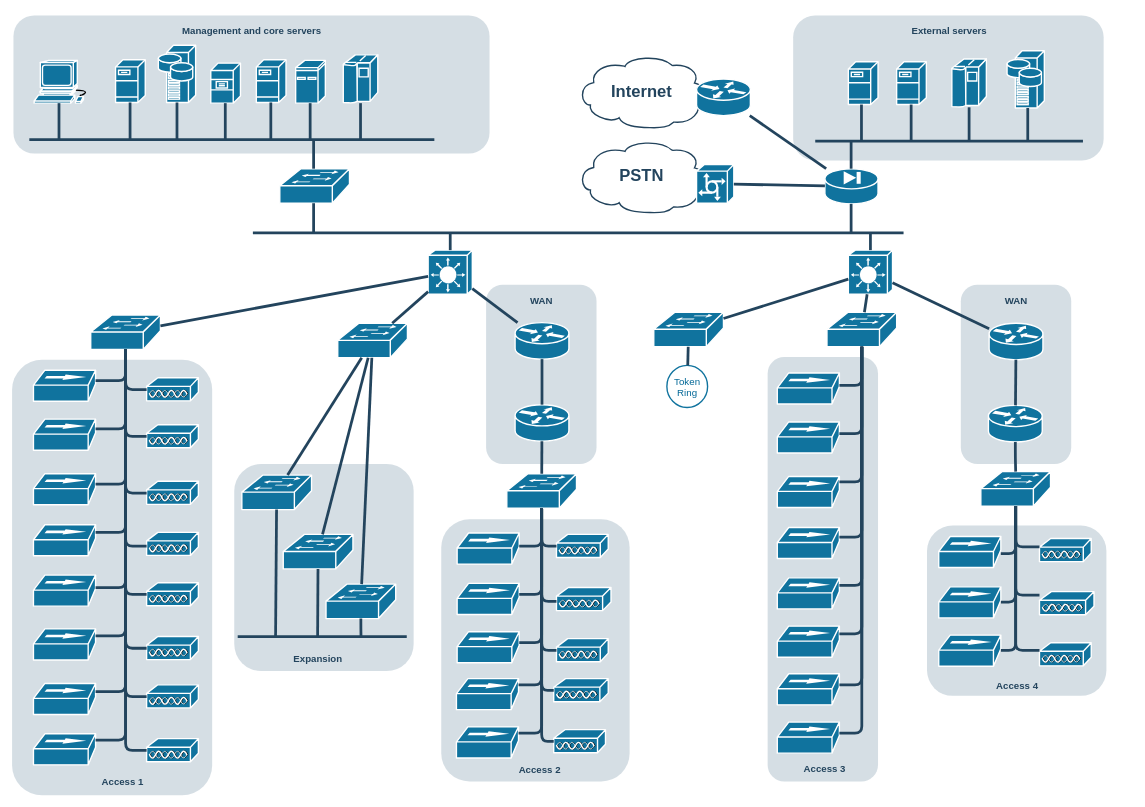
This is Untitled Diagram.drawio from youngsecurity/.github, a draw.io file, before an edit. Source tidied: cells renumbered, new cells numbered last; positions are measured from the earlier drawing's top-left corner, leaving out a move shared by most shapes. Both pictures are drawn from the tidied source at 69%, with x=0, y=0 at pixel (12, 15).
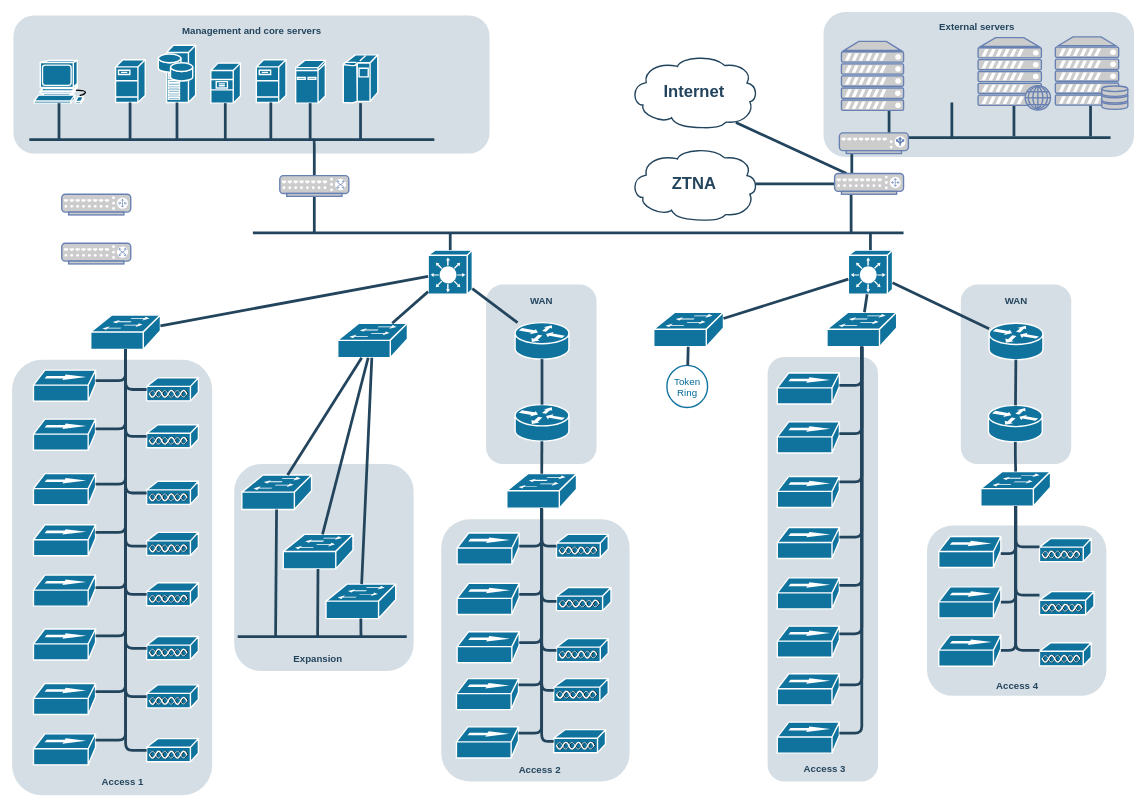
The same page after the edit.

Change to the diagram source:
```diff
@@
     <mxCell id="10" style="rounded=1;whiteSpace=wrap;html=1;strokeColor=none;fillColor=#BAC8D3;fontSize=24;fontColor=#23445D;align=center;opacity=60;" parent="1" vertex="1">
-      <mxGeometry x="1132" width="450" height="210" as="geometry" />
+      <mxGeometry x="1176" y="-5" width="450" height="210" as="geometry" />
     </mxCell>
@@
-    <mxCell id="19" style="shape=mxgraph.cisco.servers.fileserver;html=1;dashed=0;fillColor=#10739E;strokeColor=#ffffff;strokeWidth=2;verticalLabelPosition=bottom;verticalAlign=top;fontFamily=Helvetica;fontSize=36;fontColor=#FFB366;" parent="1" vertex="1">
-      <mxGeometry x="1212" y="67" width="43" height="62" as="geometry" />
-    </mxCell>
-    <mxCell id="20" style="shape=mxgraph.cisco.servers.fileserver;html=1;dashed=0;fillColor=#10739E;strokeColor=#ffffff;strokeWidth=2;verticalLabelPosition=bottom;verticalAlign=top;fontFamily=Helvetica;fontSize=36;fontColor=#FFB366;" parent="1" vertex="1">
-      <mxGeometry x="1282" y="67" width="43" height="62" as="geometry" />
-    </mxCell>
-    <mxCell id="21" style="shape=mxgraph.cisco.computers_and_peripherals.ibm_mainframe;html=1;dashed=0;fillColor=#10739E;strokeColor=#ffffff;strokeWidth=2;verticalLabelPosition=bottom;verticalAlign=top;fontFamily=Helvetica;fontSize=36;fontColor=#FFB366;" parent="1" vertex="1">
-      <mxGeometry x="1362" y="63" width="50" height="70" as="geometry" />
-    </mxCell>
-    <mxCell id="22" style="shape=mxgraph.cisco.servers.storage_server;html=1;dashed=0;fillColor=#10739E;strokeColor=#ffffff;strokeWidth=2;verticalLabelPosition=bottom;verticalAlign=top;fontFamily=Helvetica;fontSize=36;fontColor=#FFB366;" parent="1" vertex="1">
-      <mxGeometry x="1442" y="51" width="54" height="83" as="geometry" />
-    </mxCell>
-    <mxCell id="23" style="shape=mxgraph.cisco.switches.workgroup_switch;html=1;dashed=0;fillColor=#10739E;strokeColor=#ffffff;strokeWidth=2;verticalLabelPosition=bottom;verticalAlign=top;fontFamily=Helvetica;fontSize=36;fontColor=#FFB366;" parent="1" vertex="1">
-      <mxGeometry x="388" y="222" width="101" height="50" as="geometry" />
-    </mxCell>
-    <mxCell id="24" style="shape=mxgraph.cisco.security.pix_firewall;html=1;dashed=0;fillColor=#10739E;strokeColor=#ffffff;strokeWidth=2;verticalLabelPosition=bottom;verticalAlign=top;fontFamily=Helvetica;fontSize=36;fontColor=#FFB366;" parent="1" vertex="1">
-      <mxGeometry x="1178" y="222" width="77" height="51" as="geometry" />
-    </mxCell>
     <mxCell id="25" value="Internet" style="shape=mxgraph.cisco.storage.cloud;html=1;dashed=0;strokeColor=#23445D;fillColor=#ffffff;strokeWidth=2;fontFamily=Helvetica;fontSize=24;fontColor=#23445D;align=center;fontStyle=1;" parent="1" vertex="1">
-      <mxGeometry x="819" y="57" width="186" height="106" as="geometry" />
+      <mxGeometry x="895" y="57" width="186" height="106" as="geometry" />
     </mxCell>
-    <mxCell id="26" value="PSTN" style="shape=mxgraph.cisco.storage.cloud;html=1;dashed=0;strokeColor=#23445D;fillColor=#ffffff;strokeWidth=2;fontFamily=Helvetica;fontSize=24;fontColor=#23445D;fontStyle=1;" parent="1" vertex="1">
-      <mxGeometry x="819" y="180" width="186" height="106" as="geometry" />
+    <mxCell id="26" value="ZTNA" style="shape=mxgraph.cisco.storage.cloud;html=1;dashed=0;strokeColor=#23445D;fillColor=#ffffff;strokeWidth=2;fontFamily=Helvetica;fontSize=24;fontColor=#23445D;fontStyle=1;" parent="1" vertex="1">
+      <mxGeometry x="895" y="191" width="186" height="106" as="geometry" />
     </mxCell>
-    <mxCell id="27" style="shape=mxgraph.cisco.servers.communications_server;html=1;dashed=0;fillColor=#10739E;strokeColor=#ffffff;strokeWidth=2;verticalLabelPosition=bottom;verticalAlign=top;fontFamily=Helvetica;fontSize=36;fontColor=#FFB366;" parent="1" vertex="1">
-      <mxGeometry x="992" y="216" width="54" height="56" as="geometry" />
-    </mxCell>
@@
-    <mxCell id="54" style="shape=mxgraph.cisco.routers.router;html=1;dashed=0;fillColor=#10739E;strokeColor=#ffffff;strokeWidth=2;verticalLabelPosition=bottom;verticalAlign=top;fontFamily=Helvetica;fontSize=36;fontColor=#FFB366;" parent="1" vertex="1">
-      <mxGeometry x="992" y="92" width="78" height="53" as="geometry" />
-    </mxCell>
@@
     <mxCell id="69" style="line;html=1;strokeColor=#23445D;" parent="1" vertex="1">
-      <mxGeometry x="1164" y="177" width="388" height="10" as="geometry" />
+      <mxGeometry x="1222" y="172" width="370" height="10" as="geometry" />
     </mxCell>
@@
-    <mxCell id="78" style="edgeStyle=elbowEdgeStyle;elbow=horizontal;endArrow=none;html=1;strokeColor=#23445D;endFill=0;strokeWidth=4;rounded=1;" parent="1" edge="1" target="23">
+    <mxCell id="78" style="edgeStyle=elbowEdgeStyle;elbow=horizontal;endArrow=none;html=1;strokeColor=#23445D;endFill=0;strokeWidth=4;rounded=1;entryX=0.5;entryY=0;entryDx=0;entryDy=0;entryPerimeter=0;" parent="1" edge="1" target="175">
       <mxGeometry relative="1" as="geometry">
         <mxPoint x="437" y="180" as="sourcePoint" />
       </mxGeometry>
     </mxCell>
-    <mxCell id="79" style="edgeStyle=elbowEdgeStyle;elbow=horizontal;endArrow=none;html=1;strokeColor=#23445D;endFill=0;strokeWidth=4;rounded=1;" parent="1" edge="1" source="23">
+    <mxCell id="79" style="edgeStyle=elbowEdgeStyle;elbow=horizontal;endArrow=none;html=1;strokeColor=#23445D;endFill=0;strokeWidth=4;rounded=1;exitX=0.5;exitY=1;exitDx=0;exitDy=0;exitPerimeter=0;" parent="1" edge="1" source="175">
       <mxGeometry relative="1" as="geometry">
         <mxPoint x="437.3" y="315.1" as="targetPoint" />
       </mxGeometry>
     </mxCell>
-    <mxCell id="80" style="edgeStyle=elbowEdgeStyle;elbow=horizontal;endArrow=none;html=1;strokeColor=#23445D;endFill=0;strokeWidth=4;rounded=1;" parent="1" edge="1" source="19">
+    <mxCell id="80" style="edgeStyle=elbowEdgeStyle;elbow=horizontal;endArrow=none;html=1;strokeColor=#23445D;endFill=0;strokeWidth=4;rounded=1;" parent="1" edge="1">
       <mxGeometry relative="1" as="geometry">
-        <mxPoint x="1231.3" y="182.1" as="targetPoint" />
+        <mxPoint x="1271" y="124" as="sourcePoint" />
+        <mxPoint x="1271.3" y="177.1" as="targetPoint" />
       </mxGeometry>
     </mxCell>
-    <mxCell id="81" style="edgeStyle=elbowEdgeStyle;elbow=horizontal;endArrow=none;html=1;strokeColor=#23445D;endFill=0;strokeWidth=4;rounded=1;" parent="1" edge="1" source="20">
+    <mxCell id="81" style="edgeStyle=elbowEdgeStyle;elbow=horizontal;endArrow=none;html=1;strokeColor=#23445D;endFill=0;strokeWidth=4;rounded=1;" parent="1" edge="1">
       <mxGeometry relative="1" as="geometry">
-        <mxPoint x="1303.3" y="182.1" as="targetPoint" />
+        <mxPoint x="1362" y="126" as="sourcePoint" />
+        <mxPoint x="1362.3" y="179.1" as="targetPoint" />
       </mxGeometry>
     </mxCell>
-    <mxCell id="82" style="edgeStyle=elbowEdgeStyle;elbow=horizontal;endArrow=none;html=1;strokeColor=#23445D;endFill=0;strokeWidth=4;rounded=1;" parent="1" edge="1" source="21">
+    <mxCell id="82" style="edgeStyle=elbowEdgeStyle;elbow=horizontal;endArrow=none;html=1;strokeColor=#23445D;endFill=0;strokeWidth=4;rounded=1;" parent="1" edge="1">
       <mxGeometry relative="1" as="geometry">
-        <mxPoint x="1387.3" y="182.1" as="targetPoint" />
+        <mxPoint x="1452" y="126" as="sourcePoint" />
+        <mxPoint x="1452.3" y="175.1" as="targetPoint" />
       </mxGeometry>
     </mxCell>
-    <mxCell id="83" style="edgeStyle=elbowEdgeStyle;elbow=horizontal;endArrow=none;html=1;strokeColor=#23445D;endFill=0;strokeWidth=4;rounded=1;" parent="1" edge="1" source="22">
+    <mxCell id="83" style="edgeStyle=elbowEdgeStyle;elbow=horizontal;endArrow=none;html=1;strokeColor=#23445D;endFill=0;strokeWidth=4;rounded=1;" parent="1" edge="1">
       <mxGeometry relative="1" as="geometry">
-        <mxPoint x="1472.3" y="182.1" as="targetPoint" />
+        <mxPoint x="1563" y="127" as="sourcePoint" />
+        <mxPoint x="1563.3" y="175.1" as="targetPoint" />
       </mxGeometry>
     </mxCell>
-    <mxCell id="84" style="edgeStyle=elbowEdgeStyle;elbow=horizontal;endArrow=none;html=1;strokeColor=#23445D;endFill=0;strokeWidth=4;rounded=1;" parent="1" edge="1" target="24">
+    <mxCell id="84" style="edgeStyle=elbowEdgeStyle;elbow=horizontal;endArrow=none;html=1;strokeColor=#23445D;endFill=0;strokeWidth=4;rounded=1;exitX=0;exitY=0.5;exitDx=0;exitDy=0;exitPerimeter=0;" parent="1" edge="1" source="69" target="174">
       <mxGeometry relative="1" as="geometry">
-        <mxPoint x="1216" y="182" as="sourcePoint" />
+        <Array as="points">
+          <mxPoint x="1217" y="198.5" />
+        </Array>
       </mxGeometry>
     </mxCell>
-    <mxCell id="85" style="edgeStyle=elbowEdgeStyle;elbow=horizontal;endArrow=none;html=1;strokeColor=#23445D;endFill=0;strokeWidth=4;rounded=1;" parent="1" edge="1" source="24">
+    <mxCell id="85" style="edgeStyle=elbowEdgeStyle;elbow=horizontal;endArrow=none;html=1;strokeColor=#23445D;endFill=0;strokeWidth=4;rounded=1;" parent="1" edge="1" source="174">
       <mxGeometry relative="1" as="geometry">
         <mxPoint x="1216.3" y="315.1" as="targetPoint" />
       </mxGeometry>
     </mxCell>
-    <mxCell id="86" style="elbow=horizontal;endArrow=none;html=1;strokeColor=#23445D;endFill=0;strokeWidth=4;rounded=1;" parent="1" edge="1" source="24" target="54">
+    <mxCell id="86" style="elbow=horizontal;endArrow=none;html=1;strokeColor=#23445D;endFill=0;strokeWidth=4;rounded=1;entryX=0.828;entryY=0.926;entryDx=0;entryDy=0;entryPerimeter=0;" parent="1" edge="1" source="174" target="25">
       <mxGeometry relative="1" as="geometry" />
     </mxCell>
-    <mxCell id="87" style="elbow=horizontal;endArrow=none;html=1;strokeColor=#23445D;endFill=0;strokeWidth=4;rounded=1;" parent="1" edge="1" source="24" target="27">
+    <mxCell id="87" style="elbow=horizontal;endArrow=none;html=1;strokeColor=#23445D;endFill=0;strokeWidth=4;rounded=1;exitX=0;exitY=0.5;exitDx=0;exitDy=0;exitPerimeter=0;entryX=0.98;entryY=0.5;entryDx=0;entryDy=0;entryPerimeter=0;" parent="1" edge="1" source="174" target="26">
       <mxGeometry relative="1" as="geometry" />
     </mxCell>
@@
     <mxCell id="143" value="&lt;font color=&quot;#23445d&quot;&gt;External servers&lt;/font&gt;" style="rounded=1;whiteSpace=wrap;html=1;strokeColor=none;fillColor=none;fontSize=14;fontColor=#742B21;align=center;fontStyle=1;" parent="1" vertex="1">
-      <mxGeometry x="1287" y="12" width="143" height="19" as="geometry" />
+      <mxGeometry x="1327" y="7" width="143" height="19" as="geometry" />
     </mxCell>
@@
+    <mxCell id="174" style="fontColor=#0066CC;verticalAlign=top;verticalLabelPosition=bottom;labelPosition=center;align=center;html=1;outlineConnect=0;fillColor=#CCCCCC;strokeColor=#6881B3;gradientColor=none;gradientDirection=north;strokeWidth=2;shape=mxgraph.networks.router;" parent="1" vertex="1">
+      <mxGeometry x="1192" y="229" width="100" height="30" as="geometry" />
+    </mxCell>
+    <mxCell id="175" style="fontColor=#0066CC;verticalAlign=top;verticalLabelPosition=bottom;labelPosition=center;align=center;html=1;outlineConnect=0;fillColor=#CCCCCC;strokeColor=#6881B3;gradientColor=none;gradientDirection=north;strokeWidth=2;shape=mxgraph.networks.switch;" parent="1" vertex="1">
+      <mxGeometry x="388" y="232" width="100" height="30" as="geometry" />
+    </mxCell>
+    <mxCell id="176" style="fontColor=#0066CC;verticalAlign=top;verticalLabelPosition=bottom;labelPosition=center;align=center;html=1;fillColor=#CCCCCC;strokeColor=#6881B3;gradientColor=none;gradientDirection=north;strokeWidth=2;shape=mxgraph.networks.switch;" parent="1" vertex="1">
+      <mxGeometry x="72" y="330" width="100" height="30" as="geometry" />
+    </mxCell>
+    <mxCell id="177" style="fontColor=#0066CC;verticalAlign=top;verticalLabelPosition=bottom;labelPosition=center;align=center;html=1;fillColor=#CCCCCC;strokeColor=#6881B3;gradientColor=none;gradientDirection=north;strokeWidth=2;shape=mxgraph.networks.router;" parent="1" vertex="1">
+      <mxGeometry x="72" y="259" width="100" height="30" as="geometry" />
+    </mxCell>
+    <mxCell id="178" style="fontColor=#0066CC;verticalAlign=top;verticalLabelPosition=bottom;labelPosition=center;align=center;html=1;fillColor=#CCCCCC;strokeColor=#6881B3;gradientColor=none;gradientDirection=north;strokeWidth=2;shape=mxgraph.networks.server;" parent="1" vertex="1">
+      <mxGeometry x="1202" y="37.5" width="90" height="100" as="geometry" />
+    </mxCell>
+    <mxCell id="179" style="fontColor=#0066CC;verticalAlign=top;verticalLabelPosition=bottom;labelPosition=center;align=center;html=1;fillColor=#CCCCCC;strokeColor=#6881B3;gradientColor=none;gradientDirection=north;strokeWidth=2;shape=mxgraph.networks.load_balancer;" parent="1" vertex="1">
+      <mxGeometry x="1199" y="170" width="100" height="30" as="geometry" />
+    </mxCell>
+    <mxCell id="180" style="fontColor=#0066CC;verticalAlign=top;verticalLabelPosition=bottom;labelPosition=center;align=center;html=1;fillColor=#CCCCCC;strokeColor=#6881B3;gradientColor=none;gradientDirection=north;strokeWidth=2;shape=mxgraph.networks.server_storage;" parent="1" vertex="1">
+      <mxGeometry x="1512" y="31" width="105" height="105" as="geometry" />
+    </mxCell>
+    <mxCell id="181" style="fontColor=#0066CC;verticalAlign=top;verticalLabelPosition=bottom;labelPosition=center;align=center;html=1;fillColor=#CCCCCC;strokeColor=#6881B3;gradientColor=none;gradientDirection=north;strokeWidth=2;shape=mxgraph.networks.web_server;" parent="1" vertex="1">
+      <mxGeometry x="1400" y="32" width="105" height="105" as="geometry" />
+    </mxCell>
```
